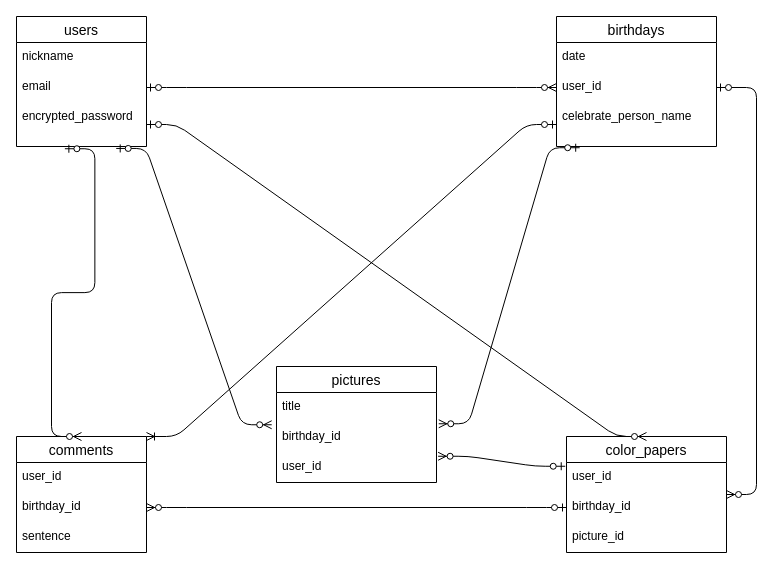
Earlier version of the draw.io diagram birth.dio (isukacoffee/the-births). Source tidied: cells renumbered, new cells numbered last; positions are measured from the earlier drawing's top-left corner, leaving out a move shared by most shapes. Both pictures are drawn from the tidied source at 100%, with x=0, y=0 at pixel (16, 16).
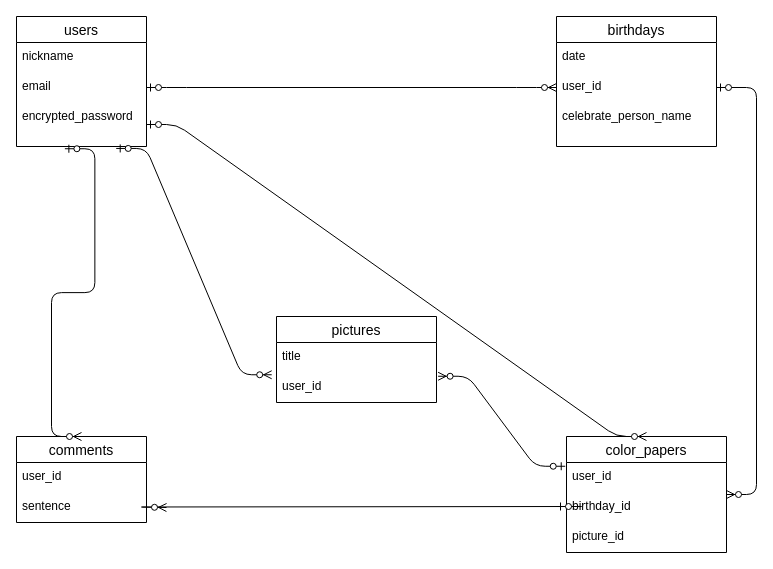
The same page after the edit.

The change refers to these unchanged cells:
```xml
<mxCell id="9" value="celebrate_person_name" style="text;strokeColor=none;fillColor=none;spacingLeft=4;spacingRight=4;overflow=hidden;points=[[0,0.5],[1,0.5]];portConstraint=eastwest;fontSize=12;" parent="6" vertex="1">
  <mxGeometry y="86" width="160" height="44" as="geometry" />
</mxCell>
<mxCell id="16" value="birthday_id" style="text;strokeColor=none;fillColor=none;spacingLeft=4;spacingRight=4;overflow=hidden;points=[[0,0.5],[1,0.5]];portConstraint=eastwest;fontSize=12;" parent="14" vertex="1">
  <mxGeometry y="56" width="160" height="30" as="geometry" />
</mxCell>
```

The edit, as a diff of the source:
```diff
@@
     <mxCell id="10" value="pictures" style="swimlane;fontStyle=0;horizontal=1;startSize=26;align=center;fontSize=14;" parent="1" vertex="1">
-      <mxGeometry x="260" y="350" width="160" height="116" as="geometry" />
+      <mxGeometry x="260" y="300" width="160" height="86" as="geometry" />
     </mxCell>
@@
-    <mxCell id="12" value="birthday_id" style="text;strokeColor=none;fillColor=none;spacingLeft=4;spacingRight=4;overflow=hidden;points=[[0,0.5],[1,0.5]];portConstraint=eastwest;fontSize=12;" parent="10" vertex="1">
-      <mxGeometry y="56" width="160" height="30" as="geometry" />
-    </mxCell>
     <mxCell id="13" value="user_id" style="text;strokeColor=none;fillColor=none;spacingLeft=4;spacingRight=4;overflow=hidden;points=[[0,0.5],[1,0.5]];portConstraint=eastwest;fontSize=12;" parent="10" vertex="1">
-      <mxGeometry y="86" width="160" height="30" as="geometry" />
+      <mxGeometry y="56" width="160" height="30" as="geometry" />
     </mxCell>
@@
     <mxCell id="18" value="comments" style="swimlane;fontStyle=0;horizontal=1;startSize=26;align=center;fontSize=14;" parent="1" vertex="1">
-      <mxGeometry y="420" width="130" height="116" as="geometry" />
+      <mxGeometry y="420" width="130" height="86" as="geometry" />
     </mxCell>
@@
-    <mxCell id="20" value="birthday_id" style="text;strokeColor=none;fillColor=none;spacingLeft=4;spacingRight=4;overflow=hidden;points=[[0,0.5],[1,0.5]];portConstraint=eastwest;fontSize=12;" parent="18" vertex="1">
-      <mxGeometry y="56" width="130" height="30" as="geometry" />
-    </mxCell>
     <mxCell id="21" value=" sentence" style="text;strokeColor=none;fillColor=none;spacingLeft=4;spacingRight=4;overflow=hidden;fontSize=12;" parent="18" vertex="1">
-      <mxGeometry y="86" width="130" height="30" as="geometry" />
+      <mxGeometry y="56" width="130" height="30" as="geometry" />
     </mxCell>
@@
-    <mxCell id="25" style="edgeStyle=entityRelationEdgeStyle;fontSize=12;html=1;endArrow=ERoneToMany;startArrow=ERzeroToOne;exitX=0;exitY=0.5;exitDx=0;exitDy=0;entryX=1;entryY=0;entryDx=0;entryDy=0;" parent="1" edge="1" source="9" target="18">
-      <mxGeometry relative="1" as="geometry" />
-    </mxCell>
@@
-    <mxCell id="27" style="edgeStyle=entityRelationEdgeStyle;fontSize=12;html=1;endArrow=ERzeroToMany;startArrow=ERzeroToOne;exitX=0.145;exitY=1.028;exitDx=0;exitDy=0;exitPerimeter=0;entryX=1.014;entryY=0.042;entryDx=0;entryDy=0;entryPerimeter=0;" parent="1" edge="1" source="9" target="12">
-      <mxGeometry relative="1" as="geometry" />
-    </mxCell>
@@
-    <mxCell id="29" style="edgeStyle=entityRelationEdgeStyle;fontSize=12;html=1;endArrow=ERzeroToMany;startArrow=ERzeroToOne;exitX=0;exitY=0.5;exitDx=0;exitDy=0;entryX=1;entryY=0.5;entryDx=0;entryDy=0;" parent="1" edge="1" source="16" target="20">
-      <mxGeometry relative="1" as="geometry" />
+    <mxCell id="29" style="edgeStyle=entityRelationEdgeStyle;fontSize=12;html=1;endArrow=ERzeroToMany;startArrow=ERzeroToOne;" parent="1" edge="1">
+      <mxGeometry relative="1" as="geometry">
+        <mxPoint x="540" y="490" as="sourcePoint" />
+        <mxPoint x="150" y="491" as="targetPoint" />
+      </mxGeometry>
     </mxCell>
```
